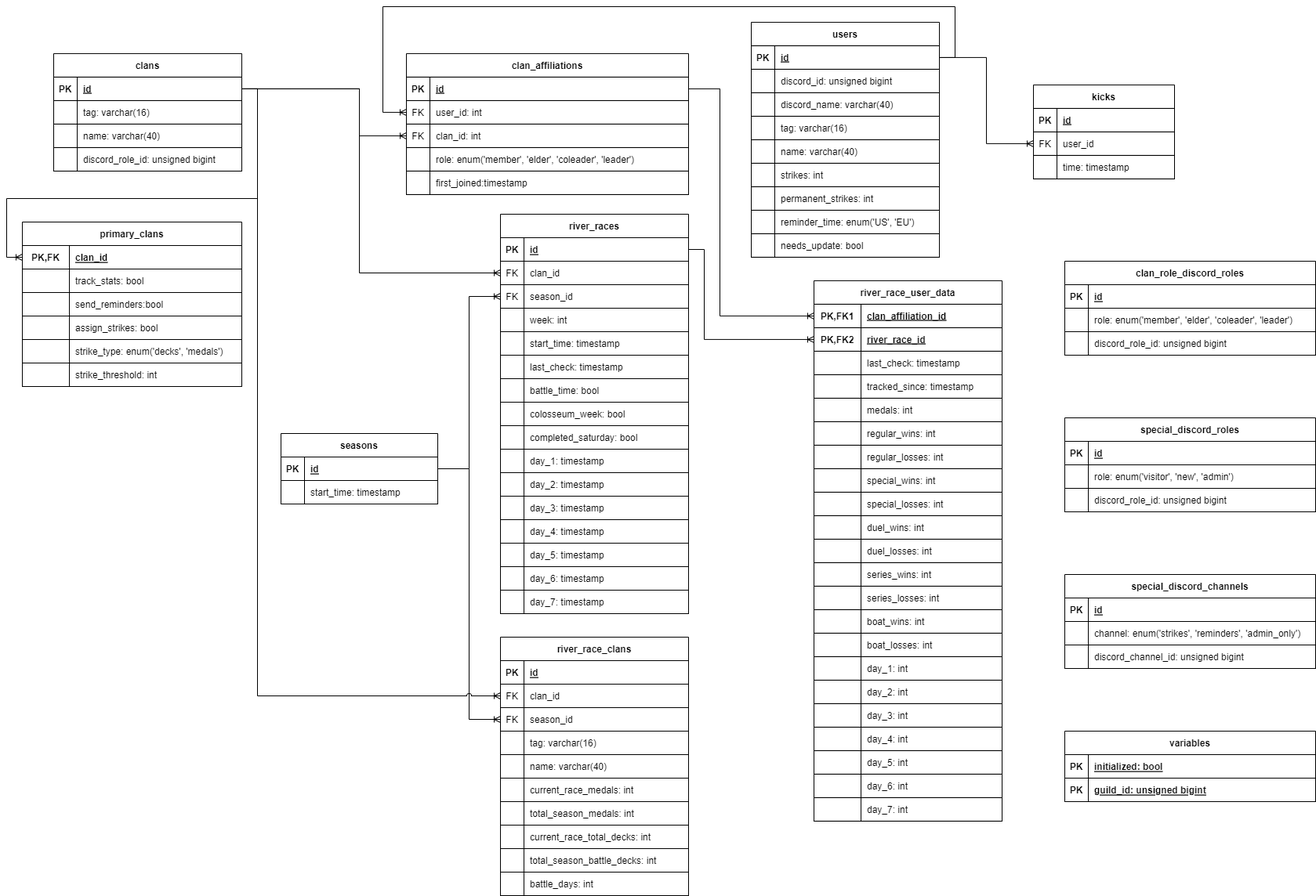
Before: docs/DatabaseSchema.png, a diagram exported from draw.io (chradajan/ClashRoyaleManager). Source tidied: cells renumbered, new cells last; positions are measured from the earlier drawing's top-left corner, leaving out a move shared by most shapes.
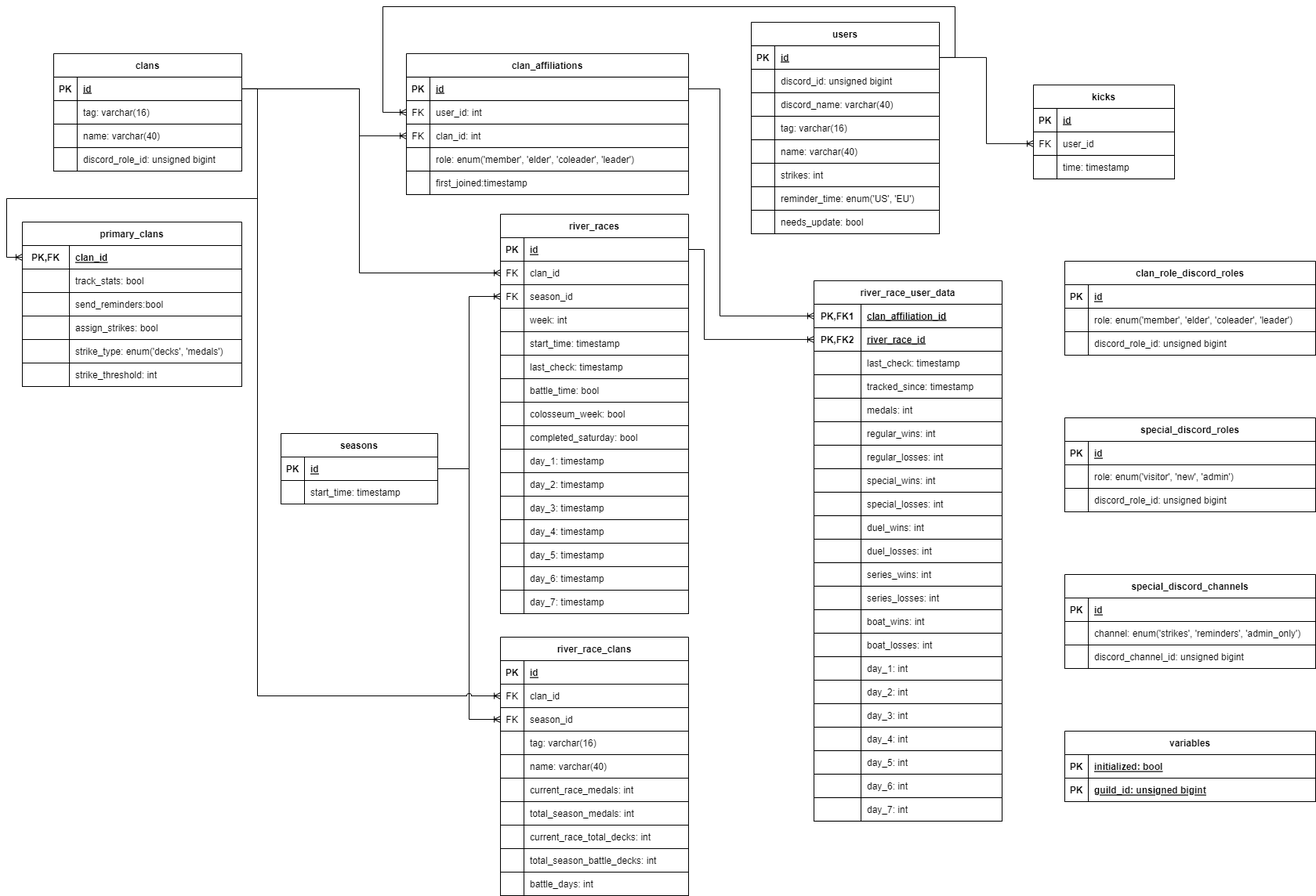
The same diagram one commit later.

Diff of the diagram source:
```diff
@@ -3,7 +3,7 @@
     <mxCell id="0" />
     <mxCell id="1" parent="0" />
     <mxCell id="2" value="users" style="shape=table;startSize=30;rowLines=0;fontStyle=1;align=center;" parent="1" vertex="1">
-      <mxGeometry x="950" y="19.9" width="240" height="300" as="geometry" />
+      <mxGeometry x="950" y="19.9" width="240" height="270" as="geometry" />
     </mxCell>
     <mxCell id="3" style="shape=tableRow;horizontal=0;startSize=0;swimlaneHead=0;swimlaneBody=0;fillColor=none;points=[[0,0.5],[1,0.5]];portConstraint=eastwest;top=0;left=0;right=0;bottom=1;" parent="2" vertex="1">
       <mxGeometry y="30" width="240" height="30" as="geometry" />
@@ -59,17 +59,8 @@
     <mxCell id="20" value="strikes: int" style="shape=partialRectangle;fillColor=none;top=0;left=0;bottom=0;right=0;align=left;spacingLeft=6;overflow=hidden;" parent="18" vertex="1">
       <mxGeometry x="30" width="210" height="30" as="geometry" />
     </mxCell>
-    <mxCell id="21" style="shape=tableRow;horizontal=0;startSize=0;swimlaneHead=0;swimlaneBody=0;fillColor=none;top=0;left=0;right=0;bottom=0;" parent="2" vertex="1">
-      <mxGeometry y="210" width="240" height="30" as="geometry" />
-    </mxCell>
-    <mxCell id="22" style="shape=partialRectangle;fillColor=none;top=0;left=0;bottom=0;right=0;overflow=hidden;" parent="21" vertex="1">
-      <mxGeometry width="30" height="30" as="geometry" />
-    </mxCell>
-    <mxCell id="23" value="permanent_strikes: int" style="shape=partialRectangle;fillColor=none;top=0;left=0;bottom=0;right=0;align=left;spacingLeft=6;overflow=hidden;" parent="21" vertex="1">
-      <mxGeometry x="30" width="210" height="30" as="geometry" />
-    </mxCell>
     <mxCell id="24" style="shape=tableRow;horizontal=0;startSize=0;swimlaneHead=0;swimlaneBody=0;fillColor=none;top=0;left=0;right=0;bottom=0;" parent="2" vertex="1">
-      <mxGeometry y="240" width="240" height="30" as="geometry" />
+      <mxGeometry y="210" width="240" height="30" as="geometry" />
     </mxCell>
     <mxCell id="25" style="shape=partialRectangle;fillColor=none;top=0;left=0;bottom=0;right=0;overflow=hidden;" parent="24" vertex="1">
       <mxGeometry width="30" height="30" as="geometry" />
@@ -78,7 +69,7 @@
       <mxGeometry x="30" width="210" height="30" as="geometry" />
     </mxCell>
     <mxCell id="27" style="shape=tableRow;horizontal=0;startSize=0;swimlaneHead=0;swimlaneBody=0;fillColor=none;top=0;left=0;right=0;bottom=0;" parent="2" vertex="1">
-      <mxGeometry y="270" width="240" height="30" as="geometry" />
+      <mxGeometry y="240" width="240" height="30" as="geometry" />
     </mxCell>
     <mxCell id="28" style="shape=partialRectangle;fillColor=none;top=0;left=0;bottom=0;right=0;overflow=hidden;" parent="27" vertex="1">
       <mxGeometry width="30" height="30" as="geometry" />
```
